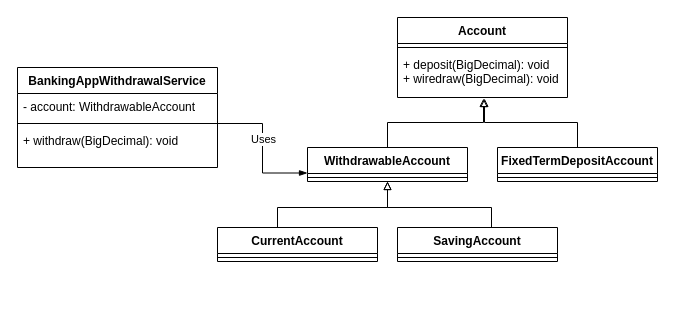
The draw.io diagram page "LSP - after" (7 of 9) of diagrams/solid-diagrams.drawio in mauriciogeneroso/solid-principles, before the edit. Source tidied: cells renumbered, new cells numbered last; positions are measured from the earlier drawing's top-left corner, leaving out a move shared by most shapes. Both pictures are drawn from the tidied source at 100%, with x=0, y=0 at pixel (17, 17).
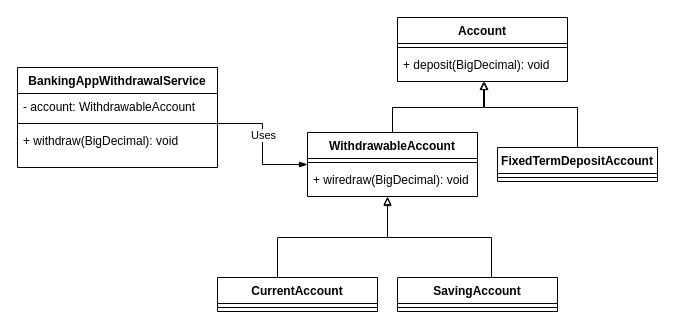
Above is the later version.

Commit message (it also covers changes not shown here):
updated lsp diagram

Unchanged cells that the change refers to:
```xml
<mxCell id="9" value="FixedTermDepositAccount" style="swimlane;fontStyle=1;align=center;verticalAlign=top;horizontal=1;startSize=26;" parent="1" vertex="1">
  <mxGeometry x="480" y="130" width="160" height="34" as="geometry" />
</mxCell>
<mxCell id="13" style="line;strokeWidth=1;fillColor=none;align=left;verticalAlign=middle;spacingTop=-1;spacingLeft=3;spacingRight=3;labelPosition=right;points=[];portConstraint=eastwest;" parent="11" vertex="1">
  <mxGeometry y="52" width="200" height="8" as="geometry" />
</mxCell>
```

Change to the diagram source:
```diff
@@
     <mxCell id="2" value="Account" style="swimlane;fontStyle=1;align=center;verticalAlign=top;horizontal=1;startSize=26;" parent="1" vertex="1">
-      <mxGeometry x="380" width="170" height="80" as="geometry" />
+      <mxGeometry x="380" width="170" height="64" as="geometry" />
     </mxCell>
@@
-    <mxCell id="4" value="+ deposit(BigDecimal): void&#10;+ wiredraw(BigDecimal): void" style="text;strokeColor=none;fillColor=none;align=left;verticalAlign=top;spacingLeft=4;spacingRight=4;overflow=hidden;points=[[0,0.5],[1,0.5]];portConstraint=eastwest;" parent="2" vertex="1">
-      <mxGeometry y="34" width="170" height="46" as="geometry" />
+    <mxCell id="4" value="+ deposit(BigDecimal): void" style="text;strokeColor=none;fillColor=none;align=left;verticalAlign=top;spacingLeft=4;spacingRight=4;overflow=hidden;points=[[0,0.5],[1,0.5]];portConstraint=eastwest;" parent="2" vertex="1">
+      <mxGeometry y="34" width="170" height="30" as="geometry" />
     </mxCell>
-    <mxCell id="5" style="edgeStyle=orthogonalEdgeStyle;rounded=0;jettySize=auto;html=1;entryX=0.506;entryY=1.022;entryDx=0;entryDy=0;entryPerimeter=0;strokeColor=default;endArrow=block;endFill=0;" parent="1" edge="1" source="6" target="4">
-      <mxGeometry relative="1" as="geometry" />
+    <mxCell id="5" style="edgeStyle=orthogonalEdgeStyle;rounded=0;jettySize=auto;html=1;strokeColor=default;endArrow=block;endFill=0;exitX=0.5;exitY=0;exitDx=0;exitDy=0;" parent="1" edge="1" source="6" target="4">
+      <mxGeometry relative="1" as="geometry">
+        <Array as="points">
+          <mxPoint x="375" y="90" />
+          <mxPoint x="466" y="90" />
+        </Array>
+      </mxGeometry>
     </mxCell>
-    <mxCell id="6" value="WithdrawableAccount" style="swimlane;fontStyle=1;align=center;verticalAlign=top;horizontal=1;startSize=26;" parent="1" vertex="1">
-      <mxGeometry x="290" y="130" width="160" height="34" as="geometry" />
-    </mxCell>
-    <mxCell id="7" style="line;strokeWidth=1;fillColor=none;align=left;verticalAlign=middle;spacingTop=-1;spacingLeft=3;spacingRight=3;labelPosition=right;" parent="6" vertex="1">
-      <mxGeometry y="26" width="160" height="8" as="geometry" />
-    </mxCell>
-    <mxCell id="8" style="edgeStyle=orthogonalEdgeStyle;rounded=0;jettySize=auto;html=1;entryX=0.512;entryY=1.022;entryDx=0;entryDy=0;entryPerimeter=0;endArrow=block;endFill=0;strokeColor=default;" parent="1" edge="1" source="9" target="4">
-      <mxGeometry relative="1" as="geometry" />
+    <mxCell id="8" style="edgeStyle=orthogonalEdgeStyle;rounded=0;jettySize=auto;html=1;endArrow=block;endFill=0;strokeColor=default;" parent="1" edge="1" source="9" target="4">
+      <mxGeometry relative="1" as="geometry">
+        <Array as="points">
+          <mxPoint x="560" y="90" />
+          <mxPoint x="467" y="90" />
+        </Array>
+      </mxGeometry>
     </mxCell>
@@
-    <mxCell id="15" style="edgeStyle=orthogonalEdgeStyle;rounded=0;jettySize=auto;html=1;entryX=0;entryY=0.75;entryDx=0;entryDy=0;endArrow=blockThin;endFill=1;strokeColor=default;" parent="1" edge="1" source="13" target="6">
+    <mxCell id="15" style="edgeStyle=orthogonalEdgeStyle;rounded=0;jettySize=auto;html=1;entryX=0;entryY=0.5;entryDx=0;entryDy=0;endArrow=blockThin;endFill=1;strokeColor=default;" parent="1" edge="1" source="13" target="6">
       <mxGeometry relative="1" as="geometry" />
     </mxCell>
@@
-    <mxCell id="17" style="edgeStyle=orthogonalEdgeStyle;rounded=0;jettySize=auto;html=1;endArrow=block;endFill=0;strokeColor=default;exitX=0.5;exitY=0;exitDx=0;exitDy=0;entryX=0.5;entryY=1;entryDx=0;entryDy=0;" parent="1" edge="1" source="18" target="6">
+    <mxCell id="17" style="edgeStyle=orthogonalEdgeStyle;rounded=0;jettySize=auto;html=1;endArrow=block;endFill=0;strokeColor=default;exitX=0.5;exitY=0;exitDx=0;exitDy=0;" parent="1" edge="1" source="18" target="24">
       <mxGeometry relative="1" as="geometry">
         <Array as="points">
-          <mxPoint x="260" y="190" />
-          <mxPoint x="370" y="190" />
+          <mxPoint x="260" y="260" />
+          <mxPoint x="260" y="220" />
+          <mxPoint x="370" y="220" />
         </Array>
       </mxGeometry>
     </mxCell>
     <mxCell id="18" value="CurrentAccount" style="swimlane;fontStyle=1;align=center;verticalAlign=top;horizontal=1;startSize=26;" parent="1" vertex="1">
-      <mxGeometry x="200" y="210" width="160" height="34" as="geometry" />
+      <mxGeometry x="200" y="260" width="160" height="34" as="geometry" />
     </mxCell>
@@
-    <mxCell id="20" style="edgeStyle=orthogonalEdgeStyle;rounded=0;jettySize=auto;html=1;endArrow=block;endFill=0;strokeColor=default;entryX=0.5;entryY=1;entryDx=0;entryDy=0;" parent="1" edge="1" source="21" target="6">
+    <mxCell id="20" style="edgeStyle=orthogonalEdgeStyle;rounded=0;jettySize=auto;html=1;endArrow=block;endFill=0;strokeColor=default;" parent="1" edge="1" source="21">
       <mxGeometry relative="1" as="geometry">
+        <mxPoint x="370" y="180" as="targetPoint" />
         <Array as="points">
-          <mxPoint x="474" y="190" />
-          <mxPoint x="370" y="190" />
+          <mxPoint x="474" y="220" />
+          <mxPoint x="370" y="220" />
         </Array>
       </mxGeometry>
     </mxCell>
     <mxCell id="21" value="SavingAccount" style="swimlane;fontStyle=1;align=center;verticalAlign=top;horizontal=1;startSize=26;" parent="1" vertex="1">
-      <mxGeometry x="380" y="210" width="160" height="34" as="geometry" />
+      <mxGeometry x="380" y="260" width="160" height="34" as="geometry" />
     </mxCell>
@@
+    <mxCell id="6" value="WithdrawableAccount" style="swimlane;fontStyle=1;align=center;verticalAlign=top;horizontal=1;startSize=26;" parent="1" vertex="1">
+      <mxGeometry x="290" y="115" width="170" height="64" as="geometry" />
+    </mxCell>
+    <mxCell id="23" style="line;strokeWidth=1;fillColor=none;align=left;verticalAlign=middle;spacingTop=-1;spacingLeft=3;spacingRight=3;labelPosition=right;" parent="6" vertex="1">
+      <mxGeometry y="26" width="170" height="8" as="geometry" />
+    </mxCell>
+    <mxCell id="24" value="+ wiredraw(BigDecimal): void" style="text;strokeColor=none;fillColor=none;align=left;verticalAlign=top;spacingLeft=4;spacingRight=4;overflow=hidden;points=[[0,0.5],[1,0.5]];portConstraint=eastwest;" parent="6" vertex="1">
+      <mxGeometry y="34" width="170" height="30" as="geometry" />
+    </mxCell>
```
